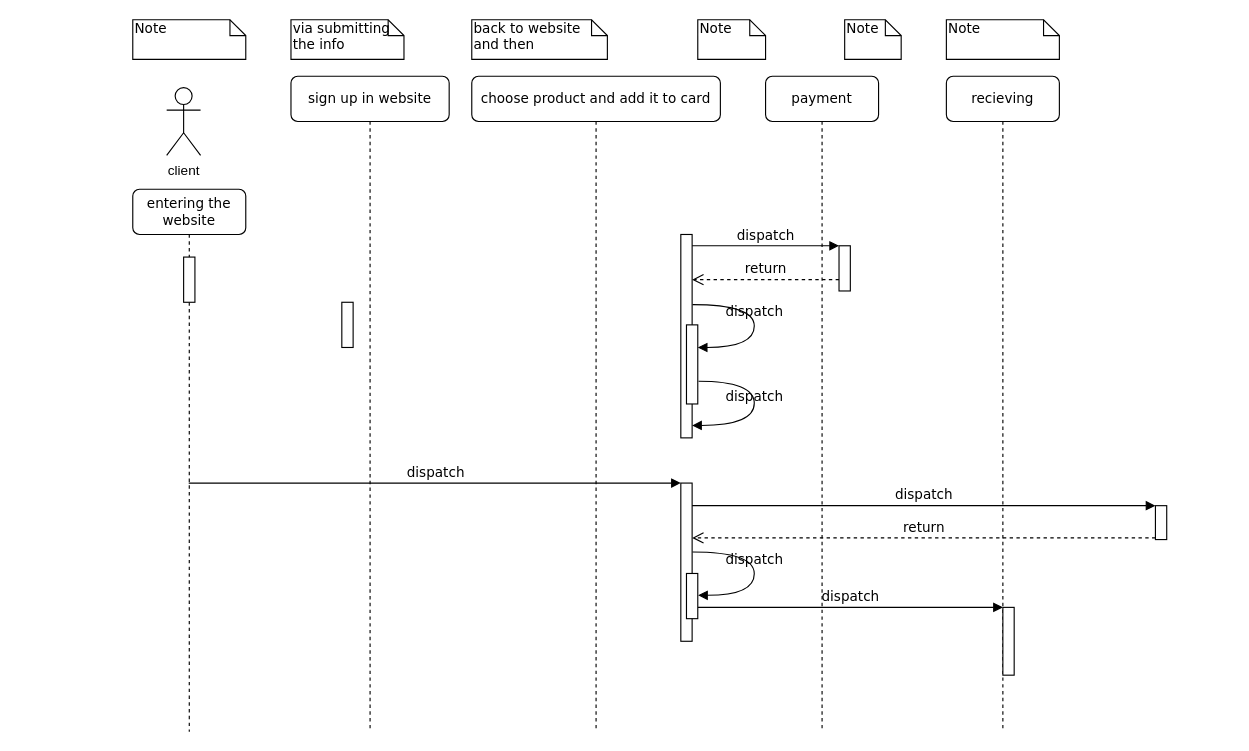
Earlier version of the draw.io diagram sequence diagram.drawio (fatemeKholousi/hanabi-jar-frontend). Source tidied: cells renumbered, new cells numbered last; positions are measured from the earlier drawing's top-left corner, leaving out a move shared by most shapes. Both pictures are drawn from the tidied source at 113%, with x=0, y=0 at pixel (132, 19).
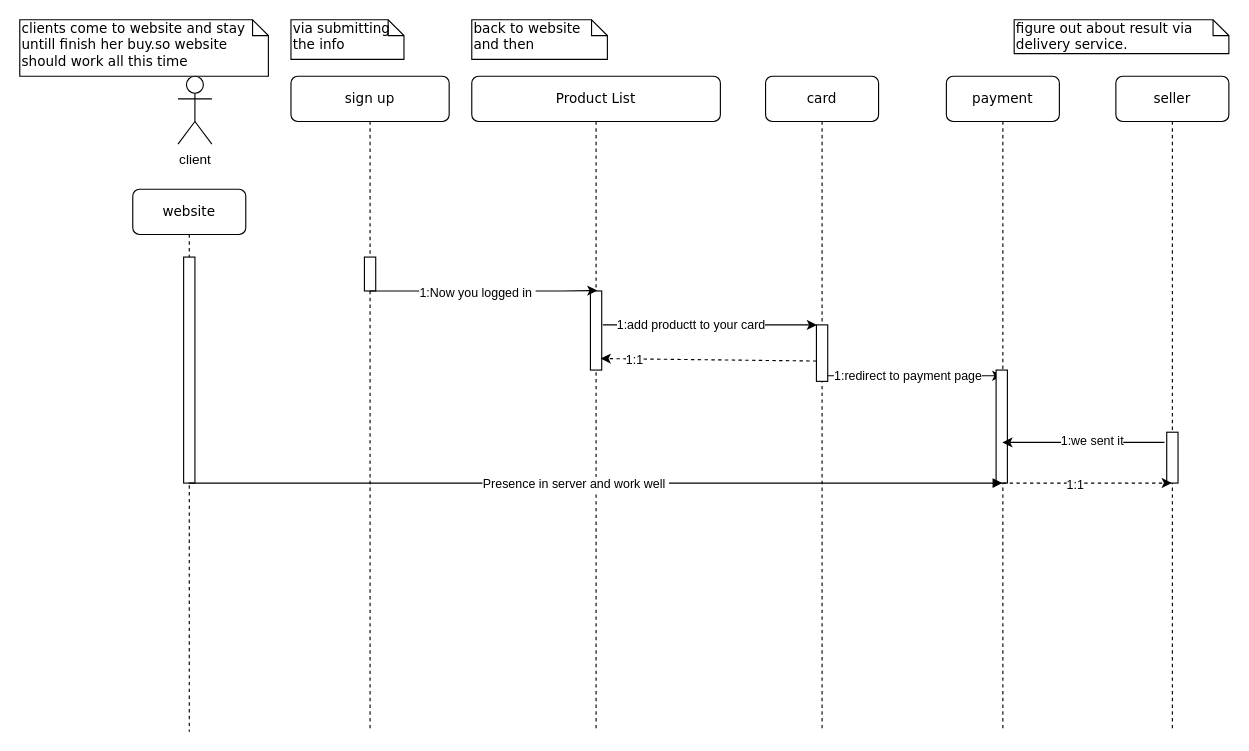
The same diagram, later.

Diff of the diagram source:
```diff
@@
-    <mxCell id="2" value="sign up in website" style="shape=umlLifeline;perimeter=lifelinePerimeter;whiteSpace=wrap;html=1;outlineConnect=0;rounded=1;shadow=0;comic=0;labelBackgroundColor=none;strokeWidth=1;fontFamily=Verdana;fontSize=12;align=center;" parent="1" vertex="1">
+    <mxCell id="2" value="sign up" style="shape=umlLifeline;perimeter=lifelinePerimeter;whiteSpace=wrap;html=1;outlineConnect=0;rounded=1;shadow=0;comic=0;labelBackgroundColor=none;strokeWidth=1;fontFamily=Verdana;fontSize=12;align=center;" parent="1" vertex="1">
       <mxGeometry x="140" y="50" width="140" height="580" as="geometry" />
     </mxCell>
     <mxCell id="3" style="html=1;perimeter=orthogonalPerimeter;rounded=0;shadow=0;comic=0;labelBackgroundColor=none;strokeWidth=1;fontFamily=Verdana;fontSize=12;align=center;" parent="2" vertex="1">
-      <mxGeometry x="45" y="200" width="10" height="40" as="geometry" />
+      <mxGeometry x="65" y="160" width="10" height="30" as="geometry" />
     </mxCell>
-    <mxCell id="4" value="choose product and add it to card" style="shape=umlLifeline;perimeter=lifelinePerimeter;whiteSpace=wrap;html=1;rounded=1;shadow=0;comic=0;labelBackgroundColor=none;strokeWidth=1;fontFamily=Verdana;fontSize=12;align=center;" parent="1" vertex="1">
+    <mxCell id="4" value="Product List" style="shape=umlLifeline;perimeter=lifelinePerimeter;whiteSpace=wrap;html=1;rounded=1;shadow=0;comic=0;labelBackgroundColor=none;strokeWidth=1;fontFamily=Verdana;fontSize=12;align=center;" parent="1" vertex="1">
       <mxGeometry x="300" y="50" width="220" height="580" as="geometry" />
     </mxCell>
+    <mxCell id="10" style="html=1;points=[];perimeter=orthogonalPerimeter;rounded=0;shadow=0;comic=0;labelBackgroundColor=none;strokeWidth=1;fontFamily=Verdana;fontSize=12;align=center;" parent="4" vertex="1">
+      <mxGeometry x="105" y="190" width="10" height="70" as="geometry" />
+    </mxCell>
-    <mxCell id="5" value="payment" style="shape=umlLifeline;perimeter=lifelinePerimeter;whiteSpace=wrap;html=1;rounded=1;shadow=0;comic=0;labelBackgroundColor=none;strokeWidth=1;fontFamily=Verdana;fontSize=12;align=center;" parent="1" vertex="1">
+    <mxCell id="5" value="card" style="shape=umlLifeline;perimeter=lifelinePerimeter;whiteSpace=wrap;html=1;rounded=1;shadow=0;comic=0;labelBackgroundColor=none;strokeWidth=1;fontFamily=Verdana;fontSize=12;align=center;" parent="1" vertex="1">
       <mxGeometry x="560" y="50" width="100" height="580" as="geometry" />
     </mxCell>
+    <mxCell id="32" style="html=1;perimeter=orthogonalPerimeter;rounded=0;shadow=0;comic=0;labelBackgroundColor=none;strokeWidth=1;fontFamily=Verdana;fontSize=12;align=center;" parent="5" vertex="1">
+      <mxGeometry x="45" y="220" width="10" height="50" as="geometry" />
+    </mxCell>
+    <mxCell id="33" style="endArrow=classic;html=1;rounded=0;" parent="5" edge="1" target="6">
+      <mxGeometry relative="1" as="geometry">
+        <mxPoint x="55" y="265" as="sourcePoint" />
+      </mxGeometry>
+    </mxCell>
+    <mxCell id="34" value="1:redirect to payment page" style="edgeLabel;html=1;align=center;verticalAlign=middle;" parent="33" vertex="1">
+      <mxGeometry x="-0.09" y="1" relative="1" as="geometry" />
+    </mxCell>
-    <mxCell id="6" value="recieving" style="shape=umlLifeline;perimeter=lifelinePerimeter;whiteSpace=wrap;html=1;outlineConnect=0;rounded=1;shadow=0;comic=0;labelBackgroundColor=none;strokeWidth=1;fontFamily=Verdana;fontSize=12;align=center;" parent="1" vertex="1">
+    <mxCell id="6" value="payment" style="shape=umlLifeline;perimeter=lifelinePerimeter;whiteSpace=wrap;html=1;outlineConnect=0;rounded=1;shadow=0;comic=0;labelBackgroundColor=none;strokeWidth=1;fontFamily=Verdana;fontSize=12;align=center;" parent="1" vertex="1">
       <mxGeometry x="720" y="50" width="100" height="580" as="geometry" />
     </mxCell>
+    <mxCell id="35" style="html=1;perimeter=orthogonalPerimeter;rounded=0;shadow=0;comic=0;labelBackgroundColor=none;strokeWidth=1;fontFamily=Verdana;fontSize=12;align=center;" parent="6" vertex="1">
+      <mxGeometry x="44" y="260" width="10" height="100" as="geometry" />
+    </mxCell>
-    <mxCell id="7" value="entering the website" style="shape=umlLifeline;perimeter=lifelinePerimeter;whiteSpace=wrap;html=1;outlineConnect=0;rounded=1;shadow=0;comic=0;labelBackgroundColor=none;strokeWidth=1;fontFamily=Verdana;fontSize=12;align=center;" parent="1" vertex="1">
+    <mxCell id="7" value="website" style="shape=umlLifeline;perimeter=lifelinePerimeter;whiteSpace=wrap;html=1;outlineConnect=0;rounded=1;shadow=0;comic=0;labelBackgroundColor=none;strokeWidth=1;fontFamily=Verdana;fontSize=12;align=center;" parent="1" vertex="1">
       <mxGeometry y="150" width="100" height="480" as="geometry" />
     </mxCell>
     <mxCell id="8" style="html=1;perimeter=orthogonalPerimeter;rounded=0;shadow=0;comic=0;labelBackgroundColor=none;strokeWidth=1;fontFamily=Verdana;fontSize=12;align=center;" parent="7" vertex="1">
-      <mxGeometry x="45" y="60" width="10" height="40" as="geometry" />
+      <mxGeometry x="45" y="60" width="10" height="200" as="geometry" />
     </mxCell>
-    <mxCell id="9" style="html=1;points=[];perimeter=orthogonalPerimeter;rounded=0;shadow=0;comic=0;labelBackgroundColor=none;strokeWidth=1;fontFamily=Verdana;fontSize=12;align=center;" parent="1" vertex="1">
-      <mxGeometry x="485" y="190" width="10" height="180" as="geometry" />
-    </mxCell>
-    <mxCell id="10" style="html=1;points=[];perimeter=orthogonalPerimeter;rounded=0;shadow=0;comic=0;labelBackgroundColor=none;strokeWidth=1;fontFamily=Verdana;fontSize=12;align=center;" parent="1" vertex="1">
-      <mxGeometry x="625" y="200" width="10" height="40" as="geometry" />
-    </mxCell>
-    <mxCell id="11" value="dispatch" style="html=1;verticalAlign=bottom;endArrow=block;entryX=0;entryY=0;labelBackgroundColor=none;fontFamily=Verdana;fontSize=12;edgeStyle=elbowEdgeStyle;elbow=vertical;" parent="1" edge="1" source="9" target="10">
-      <mxGeometry relative="1" as="geometry" />
-    </mxCell>
-    <mxCell id="12" value="return" style="html=1;verticalAlign=bottom;endArrow=open;dashed=1;endSize=8;labelBackgroundColor=none;fontFamily=Verdana;fontSize=12;edgeStyle=elbowEdgeStyle;elbow=vertical;" parent="1" edge="1" source="10" target="9">
-      <mxGeometry relative="1" as="geometry">
-        <Array as="points">
-          <mxPoint x="570" y="230" />
-          <mxPoint x="600" y="230" />
-        </Array>
-      </mxGeometry>
-    </mxCell>
-    <mxCell id="13" style="html=1;points=[];perimeter=orthogonalPerimeter;rounded=0;shadow=0;comic=0;labelBackgroundColor=none;strokeWidth=1;fontFamily=Verdana;fontSize=12;align=center;" parent="1" vertex="1">
-      <mxGeometry x="485" y="410" width="10" height="140" as="geometry" />
-    </mxCell>
-    <mxCell id="14" value="dispatch" style="html=1;verticalAlign=bottom;endArrow=block;entryX=0;entryY=0;labelBackgroundColor=none;fontFamily=Verdana;fontSize=12;" parent="1" edge="1" source="7" target="13">
-      <mxGeometry relative="1" as="geometry" />
+    <mxCell id="14" style="html=1;verticalAlign=bottom;endArrow=block;labelBackgroundColor=none;fontFamily=Verdana;fontSize=12;" parent="1" edge="1" source="7" target="6">
+      <mxGeometry relative="1" as="geometry">
+        <Array as="points">
+          <mxPoint x="690" y="410" />
+        </Array>
+      </mxGeometry>
     </mxCell>
-    <mxCell id="15" style="html=1;points=[];perimeter=orthogonalPerimeter;rounded=0;shadow=0;comic=0;labelBackgroundColor=none;strokeColor=#000000;strokeWidth=1;fillColor=#FFFFFF;fontFamily=Verdana;fontSize=12;fontColor=#000000;align=center;" parent="1" vertex="1">
-      <mxGeometry x="905" y="430" width="10" height="30" as="geometry" />
-    </mxCell>
-    <mxCell id="16" value="dispatch" style="html=1;verticalAlign=bottom;endArrow=block;entryX=0;entryY=0;labelBackgroundColor=none;fontFamily=Verdana;fontSize=12;" parent="1" edge="1" source="13" target="15">
-      <mxGeometry relative="1" as="geometry" />
-    </mxCell>
-    <mxCell id="17" value="return" style="html=1;verticalAlign=bottom;endArrow=open;dashed=1;endSize=8;exitX=0;exitY=0.95;labelBackgroundColor=none;fontFamily=Verdana;fontSize=12;" parent="1" edge="1" source="15" target="13">
-      <mxGeometry relative="1" as="geometry" />
-    </mxCell>
-    <mxCell id="18" style="html=1;points=[];perimeter=orthogonalPerimeter;rounded=0;shadow=0;comic=0;labelBackgroundColor=none;strokeWidth=1;fontFamily=Verdana;fontSize=12;align=center;" parent="1" vertex="1">
-      <mxGeometry x="770" y="520" width="10" height="60" as="geometry" />
-    </mxCell>
-    <mxCell id="19" value="dispatch" style="html=1;verticalAlign=bottom;endArrow=block;entryX=0;entryY=0;labelBackgroundColor=none;fontFamily=Verdana;fontSize=12;edgeStyle=elbowEdgeStyle;elbow=vertical;" parent="1" edge="1" source="23" target="18">
-      <mxGeometry relative="1" as="geometry" />
-    </mxCell>
-    <mxCell id="20" style="html=1;points=[];perimeter=orthogonalPerimeter;rounded=0;shadow=0;comic=0;labelBackgroundColor=none;strokeWidth=1;fontFamily=Verdana;fontSize=12;align=center;" parent="1" vertex="1">
-      <mxGeometry x="490" y="270" width="10" height="70" as="geometry" />
-    </mxCell>
-    <mxCell id="21" value="dispatch" style="html=1;verticalAlign=bottom;endArrow=block;labelBackgroundColor=none;fontFamily=Verdana;fontSize=12;elbow=vertical;edgeStyle=orthogonalEdgeStyle;curved=1;entryX=1;entryY=0.286;entryPerimeter=0;exitX=1.038;exitY=0.345;exitPerimeter=0;" parent="1" edge="1" source="9" target="20">
-      <mxGeometry relative="1" as="geometry">
-        <Array as="points">
-          <mxPoint x="550" y="252" />
-          <mxPoint x="550" y="290" />
-        </Array>
-      </mxGeometry>
-    </mxCell>
-    <mxCell id="22" value="dispatch" style="html=1;verticalAlign=bottom;endArrow=block;labelBackgroundColor=none;fontFamily=Verdana;fontSize=12;elbow=vertical;edgeStyle=orthogonalEdgeStyle;curved=1;exitX=1.066;exitY=0.713;exitPerimeter=0;" parent="1" edge="1" source="20">
-      <mxGeometry relative="1" as="geometry">
-        <mxPoint x="495" y="359" as="targetPoint" />
-        <Array as="points">
-          <mxPoint x="550" y="320" />
-          <mxPoint x="550" y="359" />
-        </Array>
-      </mxGeometry>
-    </mxCell>
-    <mxCell id="23" style="html=1;points=[];perimeter=orthogonalPerimeter;rounded=0;shadow=0;comic=0;labelBackgroundColor=none;strokeWidth=1;fontFamily=Verdana;fontSize=12;align=center;" parent="1" vertex="1">
-      <mxGeometry x="490" y="490" width="10" height="40" as="geometry" />
-    </mxCell>
-    <mxCell id="24" value="dispatch" style="html=1;verticalAlign=bottom;endArrow=block;labelBackgroundColor=none;fontFamily=Verdana;fontSize=12;elbow=vertical;edgeStyle=orthogonalEdgeStyle;curved=1;entryX=1;entryY=0.286;entryPerimeter=0;exitX=1.038;exitY=0.345;exitPerimeter=0;" parent="1" edge="1">
-      <mxGeometry relative="1" as="geometry">
-        <mxPoint x="495.3" y="471" as="sourcePoint" />
-        <mxPoint x="500.3" y="509.3" as="targetPoint" />
-        <Array as="points">
-          <mxPoint x="550" y="471" />
-          <mxPoint x="550" y="509" />
-        </Array>
-      </mxGeometry>
-    </mxCell>
+    <mxCell id="36" value="Presence in server and work well&amp;nbsp;" style="edgeLabel;html=1;align=center;verticalAlign=middle;" parent="14" vertex="1">
+      <mxGeometry x="-0.05" relative="1" as="geometry" />
+    </mxCell>
-    <mxCell id="25" value="Note" style="shape=note;whiteSpace=wrap;html=1;size=14;verticalAlign=top;align=left;spacingTop=-6;rounded=0;shadow=0;comic=0;labelBackgroundColor=none;strokeWidth=1;fontFamily=Verdana;fontSize=12;" parent="1" vertex="1">
-      <mxGeometry width="100" height="35" as="geometry" />
+    <mxCell id="25" value="clients come to website and stay untill finish her buy.so website should work all this time" style="shape=note;whiteSpace=wrap;html=1;size=14;verticalAlign=top;align=left;spacingTop=-6;rounded=0;shadow=0;comic=0;labelBackgroundColor=none;strokeWidth=1;fontFamily=Verdana;fontSize=12;" parent="1" vertex="1">
+      <mxGeometry x="-100" width="220" height="50" as="geometry" />
     </mxCell>
@@
-    <mxCell id="28" value="Note" style="shape=note;whiteSpace=wrap;html=1;size=14;verticalAlign=top;align=left;spacingTop=-6;rounded=0;shadow=0;comic=0;labelBackgroundColor=none;strokeWidth=1;fontFamily=Verdana;fontSize=12;" parent="1" vertex="1">
-      <mxGeometry x="500" width="60" height="35" as="geometry" />
-    </mxCell>
-    <mxCell id="29" value="Note" style="shape=note;whiteSpace=wrap;html=1;size=14;verticalAlign=top;align=left;spacingTop=-6;rounded=0;shadow=0;comic=0;labelBackgroundColor=none;strokeWidth=1;fontFamily=Verdana;fontSize=12;" parent="1" vertex="1">
-      <mxGeometry x="630" width="50" height="35" as="geometry" />
-    </mxCell>
-    <mxCell id="30" value="Note" style="shape=note;whiteSpace=wrap;html=1;size=14;verticalAlign=top;align=left;spacingTop=-6;rounded=0;shadow=0;comic=0;labelBackgroundColor=none;strokeWidth=1;fontFamily=Verdana;fontSize=12;" parent="1" vertex="1">
-      <mxGeometry x="720" width="100" height="35" as="geometry" />
-    </mxCell>
     <mxCell id="31" value="client" style="shape=umlActor;verticalLabelPosition=bottom;verticalAlign=top;html=1;" parent="1" vertex="1">
-      <mxGeometry x="30" y="60" width="30" height="60" as="geometry" />
+      <mxGeometry x="40" y="50" width="30" height="60" as="geometry" />
     </mxCell>
+    <mxCell id="37" value="seller" style="shape=umlLifeline;perimeter=lifelinePerimeter;whiteSpace=wrap;html=1;outlineConnect=0;rounded=1;shadow=0;comic=0;labelBackgroundColor=none;strokeWidth=1;fontFamily=Verdana;fontSize=12;align=center;" parent="1" vertex="1">
+      <mxGeometry x="870" y="50" width="100" height="580" as="geometry" />
+    </mxCell>
+    <mxCell id="15" style="html=1;points=[];perimeter=orthogonalPerimeter;rounded=0;shadow=0;comic=0;labelBackgroundColor=none;strokeColor=#000000;strokeWidth=1;fillColor=#FFFFFF;fontFamily=Verdana;fontSize=12;fontColor=#000000;align=center;" parent="37" vertex="1">
+      <mxGeometry x="45" y="315" width="10" height="45" as="geometry" />
+    </mxCell>
+    <mxCell id="38" style="endArrow=classic;html=1;rounded=0;" parent="37" edge="1" target="6">
+      <mxGeometry relative="1" as="geometry">
+        <mxPoint x="43" y="324" as="sourcePoint" />
+      </mxGeometry>
+    </mxCell>
+    <mxCell id="39" value="1:we sent it" style="edgeLabel;html=1;align=center;verticalAlign=middle;" parent="38" vertex="1">
+      <mxGeometry x="-0.1" y="-2" relative="1" as="geometry" />
+    </mxCell>
+    <mxCell id="40" style="endArrow=classic;html=1;rounded=0;dashed=1;" parent="37" edge="1" target="37">
+      <mxGeometry relative="1" as="geometry">
+        <mxPoint x="-100" y="360" as="sourcePoint" />
+      </mxGeometry>
+    </mxCell>
+    <mxCell id="41" value="1:1" style="edgeLabel;html=1;align=center;verticalAlign=middle;" parent="40" vertex="1">
+      <mxGeometry x="-0.16" y="-1" relative="1" as="geometry" />
+    </mxCell>
+    <mxCell id="42" style="endArrow=classic;html=1;rounded=0;entryX=0.619;entryY=-0.006;entryDx=0;entryDy=0;entryPerimeter=0;" parent="1" edge="1" source="2" target="10">
+      <mxGeometry relative="1" as="geometry">
+        <Array as="points">
+          <mxPoint x="280" y="240" />
+          <mxPoint x="380" y="240" />
+        </Array>
+      </mxGeometry>
+    </mxCell>
+    <mxCell id="43" value="1:Now you logged in&amp;nbsp;" style="edgeLabel;html=1;align=center;verticalAlign=middle;" parent="42" vertex="1">
+      <mxGeometry x="-0.06" y="-1" relative="1" as="geometry" />
+    </mxCell>
+    <mxCell id="44" style="endArrow=classic;html=1;rounded=0;" parent="1" edge="1">
+      <mxGeometry relative="1" as="geometry">
+        <mxPoint x="416" y="270" as="sourcePoint" />
+        <mxPoint x="605.5" y="270" as="targetPoint" />
+      </mxGeometry>
+    </mxCell>
+    <mxCell id="45" value="1:add productt to your card" style="edgeLabel;html=1;align=center;verticalAlign=middle;" parent="44" vertex="1">
+      <mxGeometry x="-0.19" y="1" relative="1" as="geometry" />
+    </mxCell>
+    <mxCell id="46" style="endArrow=classic;html=1;rounded=0;dashed=1;entryX=0.905;entryY=0.854;entryDx=0;entryDy=0;entryPerimeter=0;" parent="1" edge="1" target="10">
+      <mxGeometry relative="1" as="geometry">
+        <mxPoint x="605" y="302" as="sourcePoint" />
+      </mxGeometry>
+    </mxCell>
+    <mxCell id="47" value="1:1" style="edgeLabel;html=1;align=center;verticalAlign=middle;" parent="46" vertex="1">
+      <mxGeometry x="0.7" relative="1" as="geometry" />
+    </mxCell>
+    <mxCell id="48" value="figure out about result via delivery service.&amp;nbsp;" style="shape=note;whiteSpace=wrap;html=1;size=14;verticalAlign=top;align=left;spacingTop=-6;rounded=0;shadow=0;comic=0;labelBackgroundColor=none;strokeWidth=1;fontFamily=Verdana;fontSize=12;" parent="1" vertex="1">
+      <mxGeometry x="780" width="190" height="30" as="geometry" />
+    </mxCell>
```
